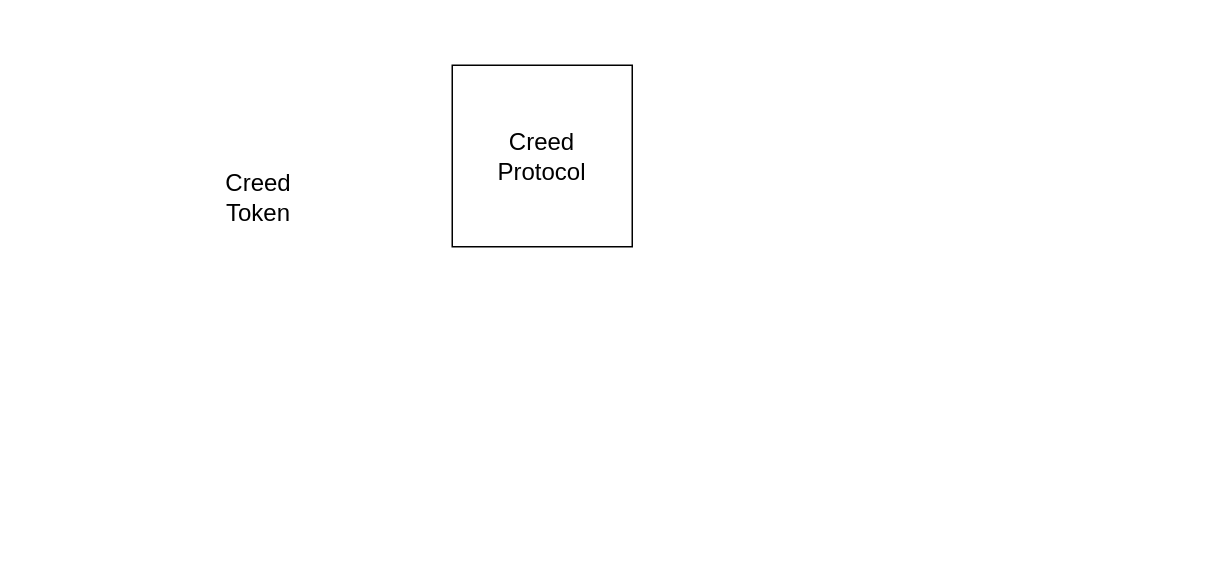
This is Diagrama sin título.drawio from nicolasegimenez/creed, a draw.io file, before an edit. Source tidied: cells renumbered, new cells numbered last; positions are measured from the earlier drawing's top-left corner, leaving out a move shared by most shapes. Both pictures are drawn from the tidied source at 150%, with x=0, y=0 at pixel (206, 64).
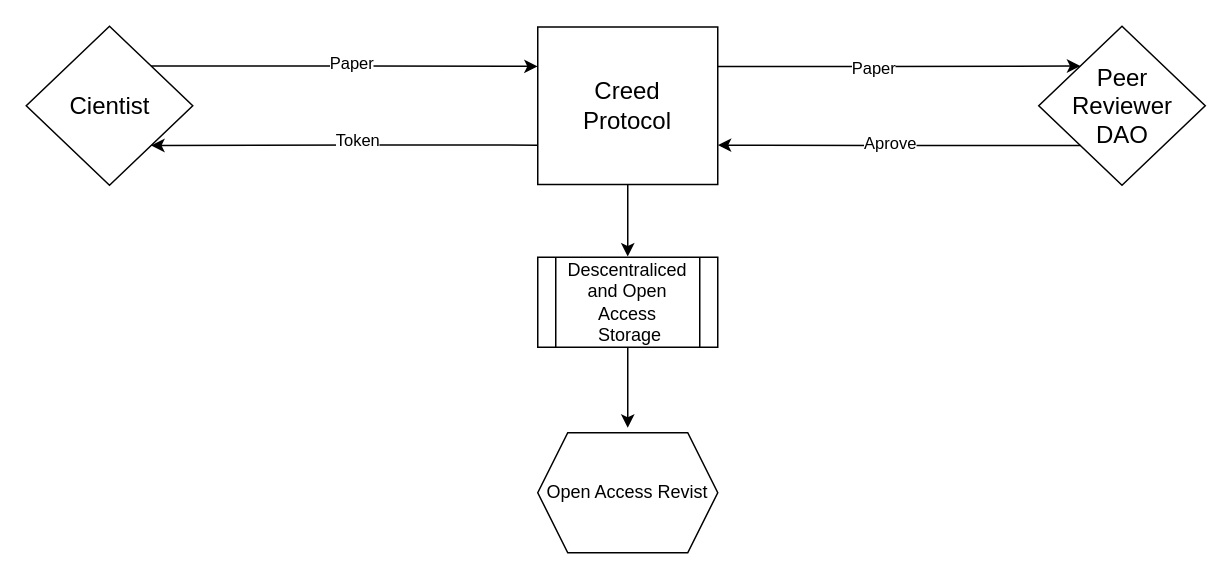
After the change.

Change to the diagram source:
```diff
@@
+    <mxCell id="5" style="group;" parent="1" vertex="1">
+      <mxGeometry x="-120" y="-26" width="111" height="106" as="geometry" />
+    </mxCell>
+    <mxCell id="6" style="rhombus;whiteSpace=wrap;html=1;" parent="5" vertex="1">
+      <mxGeometry width="111" height="106" as="geometry" />
+    </mxCell>
+    <mxCell id="4" value="Cientist" style="text;strokeColor=none;fillColor=none;html=1;align=center;verticalAlign=middle;whiteSpace=wrap;rounded=0;fontSize=16;" parent="5" vertex="1">
+      <mxGeometry x="20.5" y="38" width="70" height="30" as="geometry" />
+    </mxCell>
+    <mxCell id="7" style="group;" parent="1" vertex="1">
+      <mxGeometry x="221" y="-25.5" width="120" height="105" as="geometry" />
+    </mxCell>
+    <mxCell id="8" style="edgeStyle=orthogonalEdgeStyle;rounded=0;jettySize=auto;html=1;exitX=0.5;exitY=1;exitDx=0;exitDy=0;" parent="7" edge="1" source="2">
+      <mxGeometry relative="1" as="geometry">
+        <mxPoint x="60" y="153" as="targetPoint" />
+      </mxGeometry>
+    </mxCell>
-    <mxCell id="2" style="whiteSpace=wrap;html=1;fontSize=16;" parent="1" vertex="1">
-      <mxGeometry x="164" width="120" height="121" as="geometry" />
+    <mxCell id="2" style="whiteSpace=wrap;html=1;fontSize=16;" parent="7" vertex="1">
+      <mxGeometry width="120" height="105" as="geometry" />
     </mxCell>
-    <mxCell id="3" value="Creed Protocol" style="text;strokeColor=none;fillColor=none;html=1;align=center;verticalAlign=middle;whiteSpace=wrap;rounded=0;fontSize=16;" parent="1" vertex="1">
-      <mxGeometry x="194" y="45.5" width="60" height="30" as="geometry" />
+    <mxCell id="3" value="Creed Protocol" style="text;strokeColor=none;fillColor=none;html=1;align=center;verticalAlign=middle;whiteSpace=wrap;rounded=0;fontSize=16;" parent="7" vertex="1">
+      <mxGeometry x="30" y="39.5" width="60" height="26" as="geometry" />
     </mxCell>
-    <mxCell id="4" value="Creed&lt;br&gt;Token" style="text;strokeColor=none;fillColor=none;html=1;align=center;verticalAlign=middle;whiteSpace=wrap;rounded=0;fontSize=16;" parent="1" vertex="1">
-      <mxGeometry y="73" width="70" height="30" as="geometry" />
-    </mxCell>
+    <mxCell id="9" style="edgeStyle=orthogonalEdgeStyle;rounded=0;jettySize=auto;html=1;exitX=1;exitY=0;exitDx=0;exitDy=0;entryX=0;entryY=0.25;entryDx=0;entryDy=0;" parent="1" edge="1" source="6" target="2">
+      <mxGeometry relative="1" as="geometry" />
+    </mxCell>
+    <mxCell id="10" value="Paper" style="edgeLabel;html=1;align=center;verticalAlign=middle;" parent="9" vertex="1">
+      <mxGeometry x="-0.06" y="2" relative="1" as="geometry">
+        <mxPoint x="12" as="offset" />
+      </mxGeometry>
+    </mxCell>
+    <mxCell id="11" style="group;" parent="1" vertex="1">
+      <mxGeometry x="555" y="-26" width="111" height="106" as="geometry" />
+    </mxCell>
+    <mxCell id="12" style="rhombus;whiteSpace=wrap;html=1;" parent="11" vertex="1">
+      <mxGeometry width="111" height="106" as="geometry" />
+    </mxCell>
+    <mxCell id="13" value="Peer Reviewer DAO" style="text;strokeColor=none;fillColor=none;html=1;align=center;verticalAlign=middle;whiteSpace=wrap;rounded=0;fontSize=16;" parent="11" vertex="1">
+      <mxGeometry x="20.5" y="38" width="70" height="30" as="geometry" />
+    </mxCell>
+    <mxCell id="14" style="edgeStyle=orthogonalEdgeStyle;rounded=0;jettySize=auto;html=1;exitX=1;exitY=0.25;exitDx=0;exitDy=0;entryX=0;entryY=0;entryDx=0;entryDy=0;" parent="1" edge="1" source="2" target="12">
+      <mxGeometry relative="1" as="geometry" />
+    </mxCell>
+    <mxCell id="15" value="Paper" style="edgeLabel;html=1;align=center;verticalAlign=middle;" parent="14" vertex="1">
+      <mxGeometry x="-0.12" y="-1" relative="1" as="geometry">
+        <mxPoint x="-3" as="offset" />
+      </mxGeometry>
+    </mxCell>
+    <mxCell id="16" style="edgeStyle=orthogonalEdgeStyle;rounded=0;jettySize=auto;html=1;exitX=0;exitY=1;exitDx=0;exitDy=0;entryX=1;entryY=0.75;entryDx=0;entryDy=0;" parent="1" edge="1" source="12" target="2">
+      <mxGeometry relative="1" as="geometry" />
+    </mxCell>
+    <mxCell id="17" value="Aprove" style="edgeLabel;html=1;align=center;verticalAlign=middle;" parent="16" vertex="1">
+      <mxGeometry x="0.05" y="-2" relative="1" as="geometry" />
+    </mxCell>
+    <mxCell id="18" style="edgeStyle=orthogonalEdgeStyle;rounded=0;jettySize=auto;html=1;exitX=0;exitY=0.75;exitDx=0;exitDy=0;entryX=1;entryY=1;entryDx=0;entryDy=0;" parent="1" edge="1" source="2" target="6">
+      <mxGeometry relative="1" as="geometry" />
+    </mxCell>
+    <mxCell id="19" value="Token" style="edgeLabel;html=1;align=center;verticalAlign=middle;" parent="18" vertex="1">
+      <mxGeometry x="-0.06" y="-3" relative="1" as="geometry">
+        <mxPoint y="-1" as="offset" />
+      </mxGeometry>
+    </mxCell>
+    <mxCell id="20" style="edgeStyle=orthogonalEdgeStyle;rounded=0;jettySize=auto;html=1;" parent="1" edge="1" source="21">
+      <mxGeometry relative="1" as="geometry">
+        <mxPoint x="281" y="241.7" as="targetPoint" />
+      </mxGeometry>
+    </mxCell>
+    <mxCell id="21" value="Descentraliced and Open Access&lt;br&gt;&amp;nbsp;Storage" style="shape=process;whiteSpace=wrap;html=1;backgroundOutline=1;" parent="1" vertex="1">
+      <mxGeometry x="221" y="128" width="120" height="60" as="geometry" />
+    </mxCell>
+    <mxCell id="22" value="Open Access Revist" style="shape=hexagon;perimeter=hexagonPerimeter2;whiteSpace=wrap;html=1;fixedSize=1;" parent="1" vertex="1">
+      <mxGeometry x="221" y="245" width="120" height="80" as="geometry" />
+    </mxCell>
```
